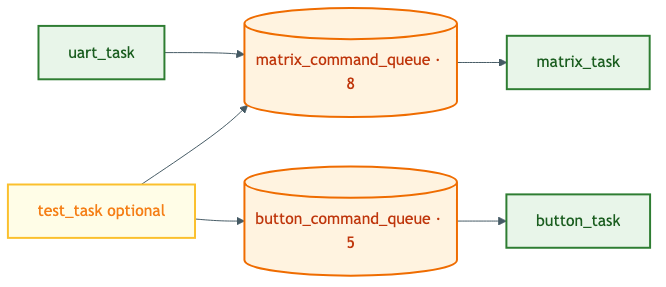
This is docs/diagrams/auxiliary_queues.png from AlfredKrutina/chess_esp32_c6_devkit, a Mermaid export, as it was before one commit. Its source is kept beside it as docs/diagrams/sources/auxiliary_queues.mmd.
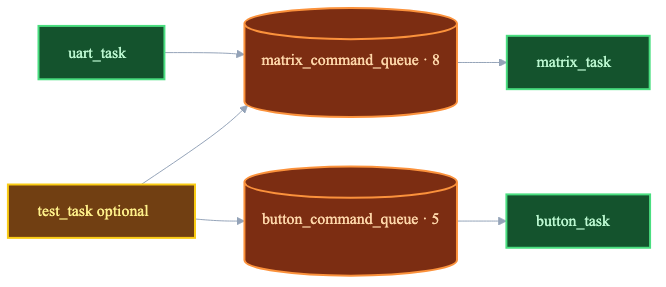
Above is the later version.

The edit, as a diff of the source:
```diff
@@ -1,4 +1,4 @@
-%%{init: {'theme':'base', 'themeVariables': {'lineColor':'#455a64'}}}%%
+%%{init: {'theme':'dark','themeVariables':{'fontFamily':'system-ui,Segoe UI,sans-serif','clusterBkg':'#0f172a','clusterBorder':'#334155','lineColor':'#94a3b8','primaryColor':'#1e293b','primaryTextColor':'#f1f5f9','edgeLabelBackground':'#1e293b','titleColor':'#f8fafc'}}}%%
 flowchart LR
   UT[uart_task]:::t --> MCQ[("matrix_command_queue · 8")]:::q
   TT[test_task optional]:::opt --> MCQ
@@ -7,6 +7,6 @@
   TT --> BCQ[("button_command_queue · 5")]:::q
   BCQ --> BT[button_task]:::t
 
-  classDef t fill:#e8f5e9,stroke:#2e7d32,stroke-width:2px,color:#1b5e20
-  classDef q fill:#fff3e0,stroke:#ef6c00,stroke-width:2px,color:#bf360c
-  classDef opt fill:#fffde7,stroke:#fbc02d,stroke-width:2px,color:#f57f17
+  classDef t fill:#14532d,stroke:#4ade80,stroke-width:2px,color:#bbf7d0
+  classDef q fill:#7c2d12,stroke:#fb923c,stroke-width:2px,color:#fed7aa
+  classDef opt fill:#713f12,stroke:#facc15,stroke-width:2px,color:#fef08a
```
